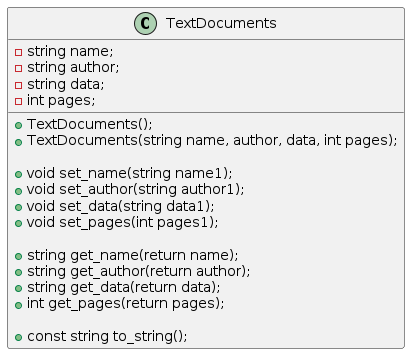
Earlier version of the PlantUML export TextDoxUML.png (arsentyeva-n/MyFirstApp).
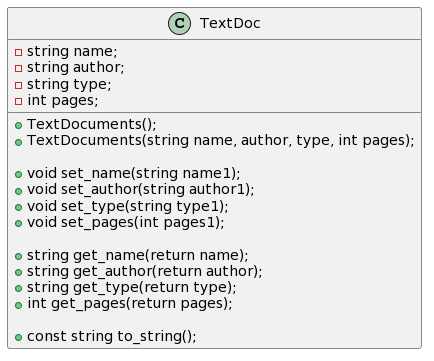
The same diagram one commit later.

What changed in the source:
```diff
@@ -1,22 +1,22 @@
 @startuml
-class TextDocuments
+class TextDoc
 {
   - string name;
   - string author;
-  - string data;
+  - string type;
   - int pages;
 
    + TextDocuments();
-   + TextDocuments(string name, author, data, int pages);
+   + TextDocuments(string name, author, type, int pages);
 
   + void set_name(string name1);
   + void set_author(string author1);
-  + void set_data(string data1);
+  + void set_type(string type1);
   + void set_pages(int pages1);
 
   + string get_name(return name);
   + string get_author(return author);
-  + string get_data(return data);
+  + string get_type(return type);
   + int get_pages(return pages);
 
   + const string to_string();
```
